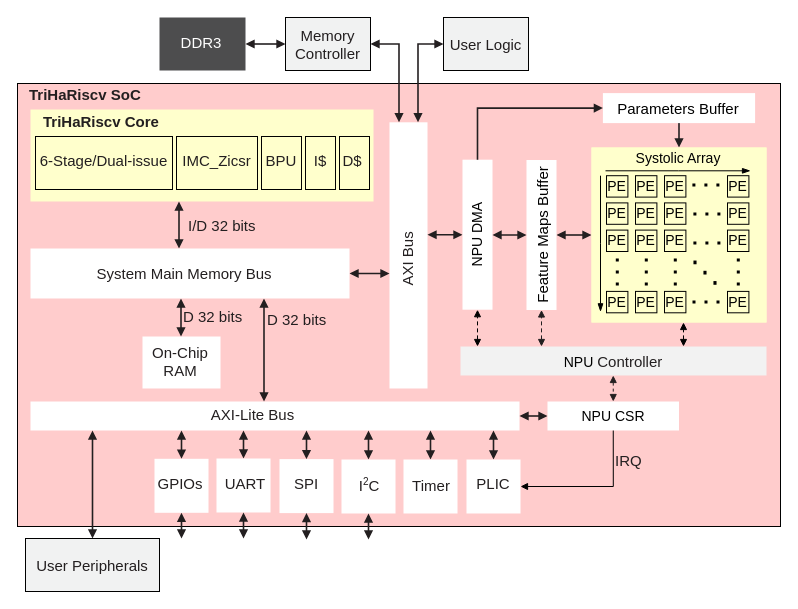
Earlier version of the draw.io diagram page "TriHaRiscv SoC" (1 of 4) of docs/technical-report/figure/rv32-soc.drawio (wan-yuanxing/TriHaRiscv-v3). Source tidied: cells renumbered, new cells numbered last; positions are measured from the earlier drawing's top-left corner, leaving out a move shared by most shapes. Both pictures are drawn from the tidied source at 100%, with x=0, y=0 at pixel (17, 17).
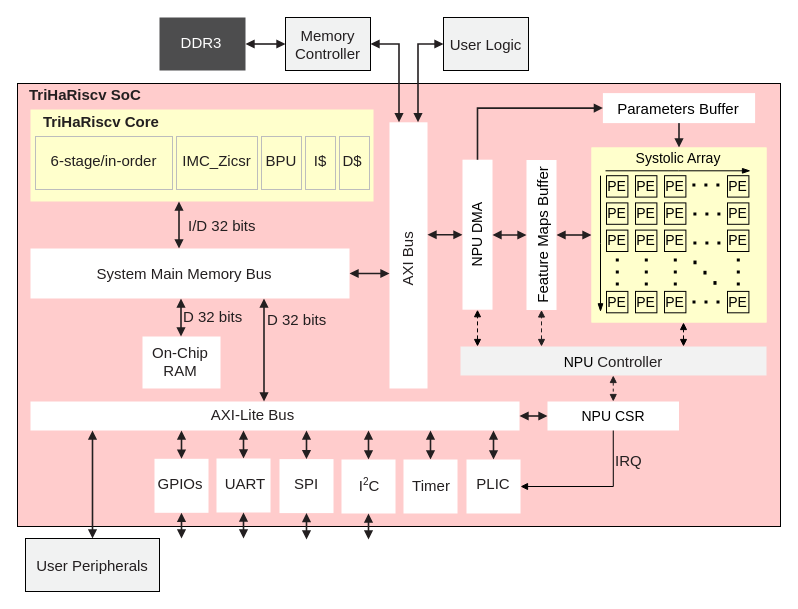
After the change.

Unchanged cells that the change refers to:
```xml
<mxCell id="6" style="group;" parent="4" vertex="1">
  <mxGeometry x="5" y="27" width="334" height="53" as="geometry" />
</mxCell>
```

The edit, as a diff of the source:
```diff
@@
-    <mxCell id="7" value="&lt;div style=&quot;line-height:18px;&quot;&gt;BPU&lt;/div&gt;" style="rounded=0;whiteSpace=wrap;html=1;strokeColor=default;fillColor=none;fontColor=#231F20;fontFamily=Helvetica;fontSize=15;align=center;verticalAlign=middle;spacing=0;shadow=0;" parent="6" vertex="1">
+    <mxCell id="7" value="&lt;div style=&quot;line-height:18px;&quot;&gt;BPU&lt;/div&gt;" style="rounded=0;whiteSpace=wrap;html=1;strokeColor=#BDBDBD;fillColor=none;fontColor=#231F20;fontFamily=Helvetica;fontSize=15;align=center;verticalAlign=middle;spacing=0;shadow=0;" parent="6" vertex="1">
       <mxGeometry x="226" width="40" height="53" as="geometry">
         <mxPoint x="-0.5" y="-3" as="offset" />
       </mxGeometry>
     </mxCell>
-    <mxCell id="8" value="&lt;div style=&quot;line-height:18px;&quot;&gt;I$&lt;/div&gt;" style="rounded=0;whiteSpace=wrap;html=1;strokeColor=default;fillColor=none;fontColor=#231F20;fontFamily=Helvetica;fontSize=15;align=center;verticalAlign=middle;spacing=0;shadow=0;" parent="6" vertex="1">
+    <mxCell id="8" value="&lt;div style=&quot;line-height:18px;&quot;&gt;I$&lt;/div&gt;" style="rounded=0;whiteSpace=wrap;html=1;strokeColor=#BDBDBD;fillColor=none;fontColor=#231F20;fontFamily=Helvetica;fontSize=15;align=center;verticalAlign=middle;spacing=0;shadow=0;" parent="6" vertex="1">
       <mxGeometry x="270" width="30" height="53" as="geometry">
         <mxPoint x="-0.5" y="-3" as="offset" />
       </mxGeometry>
     </mxCell>
-    <mxCell id="9" value="&lt;div style=&quot;line-height:18px;&quot;&gt;D$&lt;/div&gt;" style="rounded=0;whiteSpace=wrap;html=1;strokeColor=default;fillColor=none;fontColor=#231F20;fontFamily=Helvetica;fontSize=15;align=center;verticalAlign=middle;spacing=0;shadow=0;" parent="6" vertex="1">
+    <mxCell id="9" value="&lt;div style=&quot;line-height:18px;&quot;&gt;D$&lt;/div&gt;" style="rounded=0;whiteSpace=wrap;html=1;strokeColor=#BDBDBD;fillColor=none;fontColor=#231F20;fontFamily=Helvetica;fontSize=15;align=center;verticalAlign=middle;spacing=0;shadow=0;" parent="6" vertex="1">
       <mxGeometry x="304" width="30" height="53" as="geometry">
         <mxPoint x="-2" y="-3" as="offset" />
       </mxGeometry>
     </mxCell>
-    <mxCell id="10" value="&lt;div style=&quot;line-height:18px;&quot;&gt;IMC_Zicsr&lt;/div&gt;" style="rounded=0;whiteSpace=wrap;html=1;strokeColor=default;fillColor=none;fontColor=#231F20;fontFamily=Helvetica;fontSize=15;align=center;verticalAlign=middle;spacing=0;shadow=0;" parent="6" vertex="1">
+    <mxCell id="10" value="&lt;div style=&quot;line-height:18px;&quot;&gt;IMC_Zicsr&lt;/div&gt;" style="rounded=0;whiteSpace=wrap;html=1;strokeColor=#BDBDBD;fillColor=none;fontColor=#231F20;fontFamily=Helvetica;fontSize=15;align=center;verticalAlign=middle;spacing=0;shadow=0;" parent="6" vertex="1">
       <mxGeometry x="141" width="81" height="53" as="geometry">
         <mxPoint x="-0.5" y="-3" as="offset" />
       </mxGeometry>
     </mxCell>
-    <mxCell id="11" value="&lt;div style=&quot;line-height:18px;&quot;&gt;6-Stage/Dual-issue&lt;/div&gt;" style="rounded=0;whiteSpace=wrap;html=1;strokeColor=default;fillColor=none;fontColor=#231F20;fontFamily=Helvetica;fontSize=15;align=center;verticalAlign=middle;spacing=0;shadow=0;" parent="6" vertex="1">
+    <mxCell id="11" value="&lt;div style=&quot;line-height:18px;&quot;&gt;6-stage/in-order&lt;/div&gt;" style="rounded=0;whiteSpace=wrap;html=1;strokeColor=#BDBDBD;fillColor=none;fontColor=#231F20;fontFamily=Helvetica;fontSize=15;align=center;verticalAlign=middle;spacing=0;shadow=0;" parent="6" vertex="1">
       <mxGeometry width="137" height="53" as="geometry">
         <mxPoint x="-0.5" y="-3" as="offset" />
       </mxGeometry>
     </mxCell>
```
